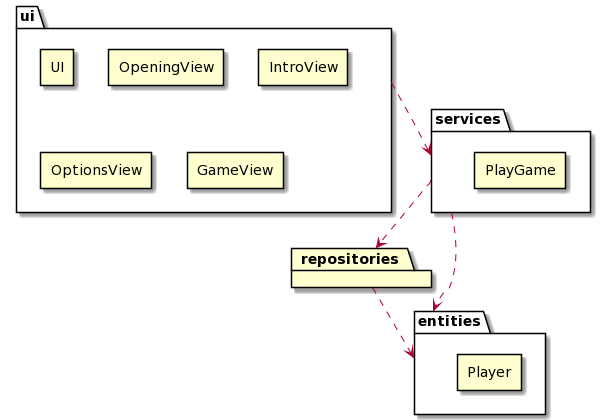
Before: documentation/pictures/architecture_package_classes.png, a diagram exported from PlantUML (katriryt/ot-harjoitustyo). Source of this version:
```plantuml
@startuml
package ui
package ui {
    rectangle UI
}
package ui {
    rectangle OpeningView
}
package ui {
    rectangle IntroView
}
package ui {
    rectangle OptionsView
}
package ui {
    rectangle GameView
}



package services
package services {
    rectangle PlayGame
}

ui -[dashed]-> services

package entities
package entities {
    rectangle Player
}

services -[dashed]-> entities

package repositories
services -[dashed]-> repositories
repositories -[dashed]-> entities
@enduml
```
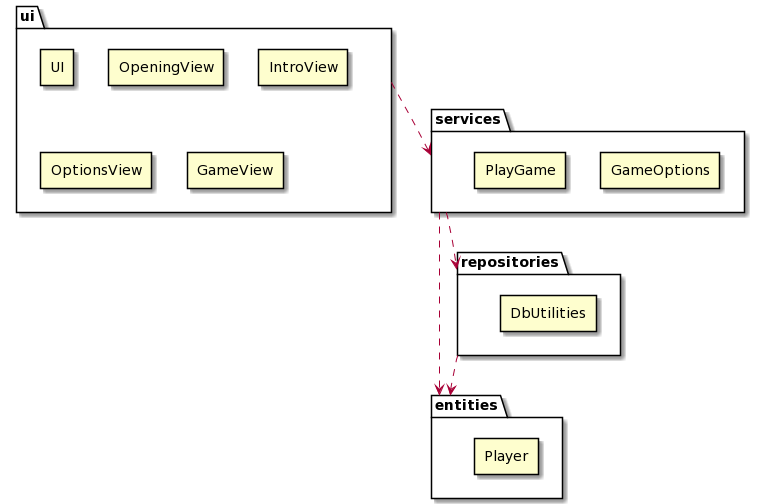
After the commit.

What changed in the source:
```diff
@@ -16,12 +16,14 @@
     rectangle GameView
 }
 
-
-
 package services
+package services {
+    rectangle GameOptions
+}
 package services {
     rectangle PlayGame
 }
+
 
 ui -[dashed]-> services
 
@@ -33,6 +35,11 @@
 services -[dashed]-> entities
 
 package repositories
+package repositories {
+    rectangle DbUtilities
+}
+
+
 services -[dashed]-> repositories
 repositories -[dashed]-> entities
 @enduml
```
